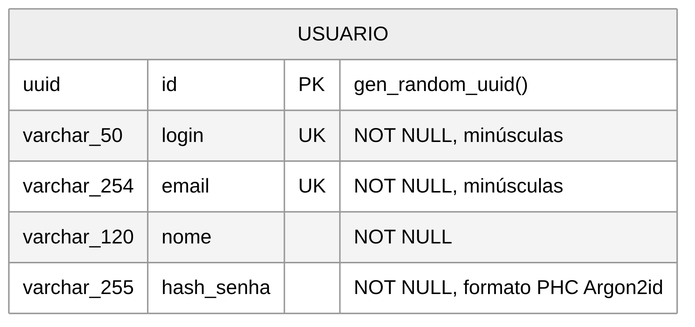
This is docs/img/fig05-er.png from jusouzn/software-web-autenticacao-ds-2026-2, a Mermaid export, as it was before one commit. Its source is kept beside it as docs/diagramas/fig05-er.mmd. Source of this version:
```mermaid
erDiagram
  USUARIO {
    uuid id PK "gen_random_uuid()"
    varchar_50 login UK "NOT NULL, minúsculas"
    varchar_254 email UK "NOT NULL, minúsculas"
    varchar_120 nome "NOT NULL"
    varchar_255 hash_senha "NOT NULL, formato PHC Argon2id"
  }
```
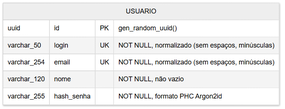
Later version of the same file.

Commit message:
docs(IT-2.4): restringe login, email e nome à forma normalizada e não vazia

What changed in the source:
```diff
@@ -1,8 +1,8 @@
 erDiagram
   USUARIO {
     uuid id PK "gen_random_uuid()"
-    varchar_50 login UK "NOT NULL, minúsculas"
-    varchar_254 email UK "NOT NULL, minúsculas"
-    varchar_120 nome "NOT NULL"
+    varchar_50 login UK "NOT NULL, normalizado (sem espaços, minúsculas)"
+    varchar_254 email UK "NOT NULL, normalizado (sem espaços, minúsculas)"
+    varchar_120 nome "NOT NULL, não vazio"
     varchar_255 hash_senha "NOT NULL, formato PHC Argon2id"
   }
```
